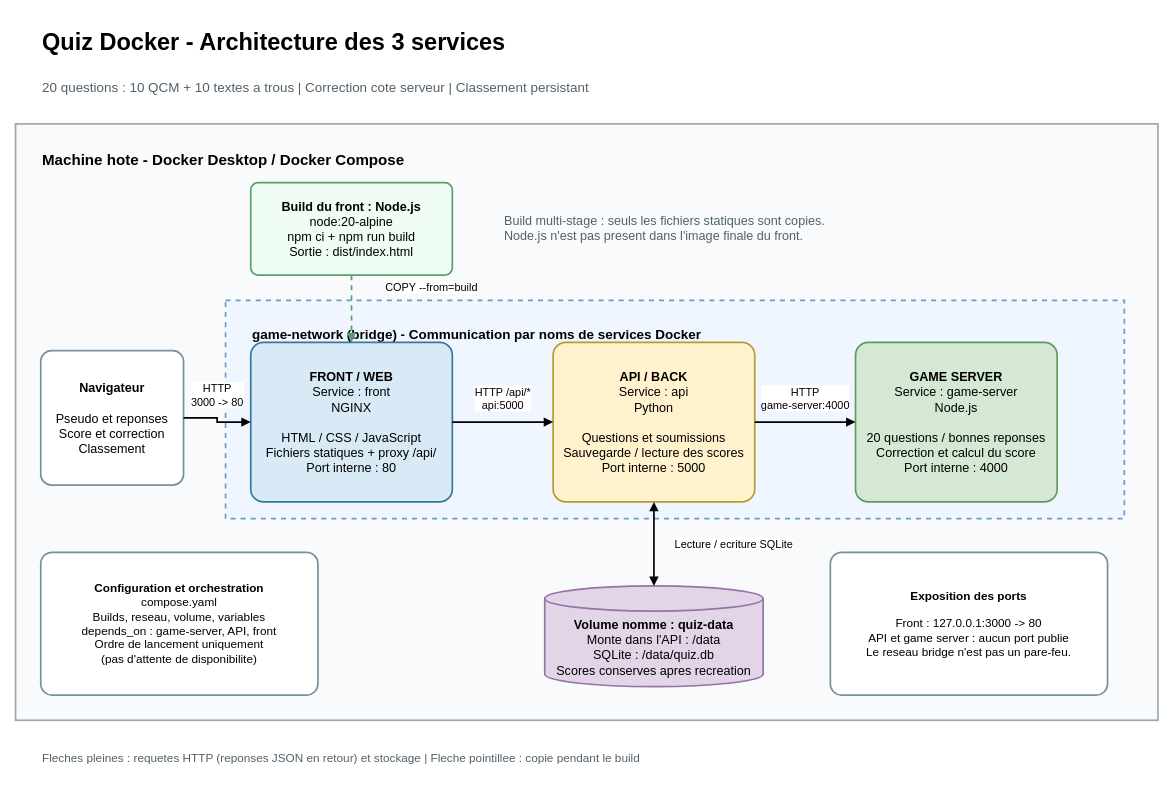
Above: page "Application" (1 of 2) of docs/architecture.drawio in Sweexou/Dev-Docker (draw.io), before the change. Source tidied: cells renumbered, new cells numbered last; positions are measured from the earlier drawing's top-left corner, leaving out a move shared by most shapes. Both pictures are drawn from the tidied source at 84%, with x=0, y=0 at pixel (15, 14).
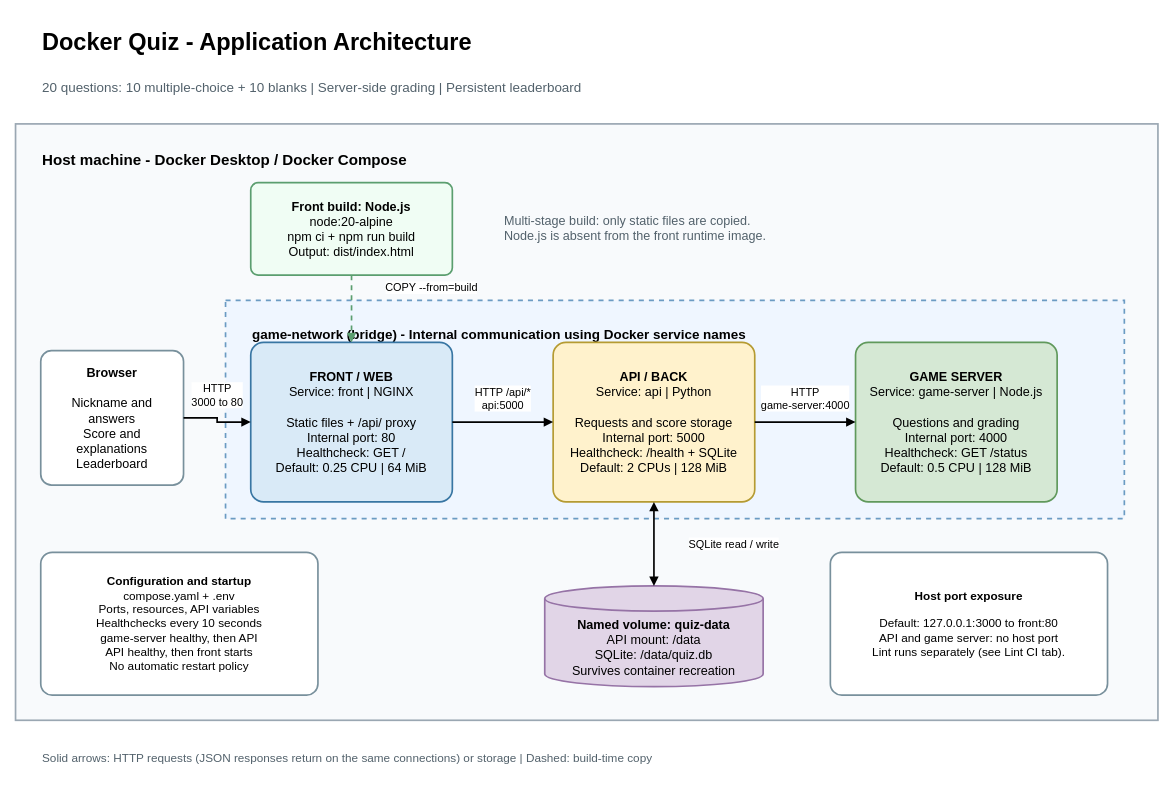
Above is the later version.

Commit message (it also covers changes not shown here):
feat add lint container and update architecture diagram

What changed in the source:
```diff
@@
-    <mxCell id="2" value="Quiz Docker - Architecture des 3 services" style="whiteSpace=wrap;html=1;strokeWidth=2;fontSize=15;spacing=12;text;align=left;fontSize=28;fontStyle=1;" parent="1" vertex="1">
+    <mxCell id="2" value="Docker Quiz - Application Architecture" style="whiteSpace=wrap;html=1;strokeWidth=2;fontSize=15;spacing=12;text;align=left;fontSize=28;fontStyle=1;" parent="1" vertex="1">
       <mxGeometry x="20" width="1300" height="50" as="geometry" />
     </mxCell>
-    <mxCell id="3" value="20 questions : 10 QCM + 10 textes a trous | Correction cote serveur | Classement persistant" style="whiteSpace=wrap;html=1;strokeWidth=2;fontSize=15;spacing=12;text;align=left;fontSize=16;fontColor=#52616B;" parent="1" vertex="1">
+    <mxCell id="3" value="20 questions: 10 multiple-choice + 10 blanks | Server-side grading | Persistent leaderboard" style="whiteSpace=wrap;html=1;strokeWidth=2;fontSize=15;spacing=12;text;align=left;fontSize=16;fontColor=#52616B;" parent="1" vertex="1">
       <mxGeometry x="20" y="60" width="1300" height="40" as="geometry" />
     </mxCell>
-    <mxCell id="4" value="Machine hote - Docker Desktop / Docker Compose" style="whiteSpace=wrap;html=1;strokeWidth=2;fontSize=15;spacing=12;fillColor=#F8FAFC;strokeColor=#9AA7B2;align=left;verticalAlign=top;spacingTop=16;spacingLeft=20;fontSize=18;fontStyle=1;" parent="1" vertex="1">
+    <mxCell id="4" value="Host machine - Docker Desktop / Docker Compose" style="whiteSpace=wrap;html=1;strokeWidth=2;fontSize=15;spacing=12;fillColor=#F8FAFC;strokeColor=#9AA7B2;align=left;verticalAlign=top;spacingTop=16;spacingLeft=20;fontSize=18;fontStyle=1;" parent="1" vertex="1">
       <mxGeometry y="130" width="1360" height="710" as="geometry" />
     </mxCell>
-    <mxCell id="5" value="game-network (bridge) - Communication par noms de services Docker" style="whiteSpace=wrap;html=1;strokeWidth=2;fontSize=15;spacing=12;fillColor=#EFF6FF;strokeColor=#6B9BC3;dashed=1;align=left;verticalAlign=top;spacingTop=15;spacingLeft=20;fontSize=16;fontStyle=1;" parent="1" vertex="1">
+    <mxCell id="5" value="game-network (bridge) - Internal communication using Docker service names" style="whiteSpace=wrap;html=1;strokeWidth=2;fontSize=15;spacing=12;fillColor=#EFF6FF;strokeColor=#6B9BC3;dashed=1;align=left;verticalAlign=top;spacingTop=15;spacingLeft=20;fontSize=16;fontStyle=1;" parent="1" vertex="1">
       <mxGeometry x="250" y="340" width="1070" height="260" as="geometry" />
     </mxCell>
-    <mxCell id="6" value="&lt;b&gt;Navigateur&lt;/b&gt;&lt;br&gt;&lt;br&gt;Pseudo et reponses&lt;br&gt;Score et correction&lt;br&gt;Classement" style="whiteSpace=wrap;html=1;strokeWidth=2;fontSize=15;spacing=12;rounded=1;arcSize=8;fillColor=#FFFFFF;strokeColor=#78909C;" parent="1" vertex="1">
+    <mxCell id="6" value="&lt;b&gt;Browser&lt;/b&gt;&lt;br&gt;&lt;br&gt;Nickname and answers&lt;br&gt;Score and explanations&lt;br&gt;Leaderboard" style="whiteSpace=wrap;html=1;strokeWidth=2;fontSize=15;spacing=12;rounded=1;arcSize=8;fillColor=#FFFFFF;strokeColor=#78909C;" parent="1" vertex="1">
       <mxGeometry x="30" y="400" width="170" height="160" as="geometry" />
     </mxCell>
-    <mxCell id="7" value="&lt;b&gt;Build du front : Node.js&lt;/b&gt;&lt;br&gt;node:20-alpine&lt;br&gt;npm ci + npm run build&lt;br&gt;Sortie : dist/index.html" style="whiteSpace=wrap;html=1;strokeWidth=2;fontSize=15;spacing=12;rounded=1;arcSize=8;fillColor=#F0FDF4;strokeColor=#5B9E6F;" parent="1" vertex="1">
+    <mxCell id="7" value="&lt;b&gt;Front build: Node.js&lt;/b&gt;&lt;br&gt;node:20-alpine&lt;br&gt;npm ci + npm run build&lt;br&gt;Output: dist/index.html" style="whiteSpace=wrap;html=1;strokeWidth=2;fontSize=15;spacing=12;rounded=1;arcSize=8;fillColor=#F0FDF4;strokeColor=#5B9E6F;" parent="1" vertex="1">
       <mxGeometry x="280" y="200" width="240" height="110" as="geometry" />
     </mxCell>
-    <mxCell id="8" value="Build multi-stage : seuls les fichiers statiques sont copies.&lt;br&gt;Node.js n'est pas present dans l'image finale du front." style="whiteSpace=wrap;html=1;strokeWidth=2;fontSize=15;spacing=12;text;align=left;fontColor=#52616B;" parent="1" vertex="1">
+    <mxCell id="8" value="Multi-stage build: only static files are copied.&lt;br&gt;Node.js is absent from the front runtime image." style="whiteSpace=wrap;html=1;strokeWidth=2;fontSize=15;spacing=12;text;align=left;fontColor=#52616B;" parent="1" vertex="1">
       <mxGeometry x="570" y="220" width="650" height="70" as="geometry" />
     </mxCell>
-    <mxCell id="9" value="&lt;b&gt;FRONT / WEB&lt;/b&gt;&lt;br&gt;Service : front&lt;br&gt;NGINX&lt;br&gt;&lt;br&gt;HTML / CSS / JavaScript&lt;br&gt;Fichiers statiques + proxy /api/&lt;br&gt;Port interne : 80" style="whiteSpace=wrap;html=1;strokeWidth=2;fontSize=15;spacing=12;rounded=1;arcSize=8;fillColor=#D9EAF7;strokeColor=#3876A3;" parent="1" vertex="1">
+    <mxCell id="9" value="&lt;b&gt;FRONT / WEB&lt;/b&gt;&lt;br&gt;Service: front | NGINX&lt;br&gt;&lt;br&gt;Static files + /api/ proxy&lt;br&gt;Internal port: 80&lt;br&gt;Healthcheck: GET /&lt;br&gt;Default: 0.25 CPU | 64 MiB" style="whiteSpace=wrap;html=1;strokeWidth=2;fontSize=15;spacing=12;rounded=1;arcSize=8;fillColor=#D9EAF7;strokeColor=#3876A3;" parent="1" vertex="1">
       <mxGeometry x="280" y="390" width="240" height="190" as="geometry" />
     </mxCell>
-    <mxCell id="10" value="&lt;b&gt;API / BACK&lt;/b&gt;&lt;br&gt;Service : api&lt;br&gt;Python&lt;br&gt;&lt;br&gt;Questions et soumissions&lt;br&gt;Sauvegarde / lecture des scores&lt;br&gt;Port interne : 5000" style="whiteSpace=wrap;html=1;strokeWidth=2;fontSize=15;spacing=12;rounded=1;arcSize=8;fillColor=#FFF2CC;strokeColor=#B59B32;" parent="1" vertex="1">
+    <mxCell id="10" value="&lt;b&gt;API / BACK&lt;/b&gt;&lt;br&gt;Service: api | Python&lt;br&gt;&lt;br&gt;Requests and score storage&lt;br&gt;Internal port: 5000&lt;br&gt;Healthcheck: /health + SQLite&lt;br&gt;Default: 2 CPUs | 128 MiB" style="whiteSpace=wrap;html=1;strokeWidth=2;fontSize=15;spacing=12;rounded=1;arcSize=8;fillColor=#FFF2CC;strokeColor=#B59B32;" parent="1" vertex="1">
       <mxGeometry x="640" y="390" width="240" height="190" as="geometry" />
     </mxCell>
-    <mxCell id="11" value="&lt;b&gt;GAME SERVER&lt;/b&gt;&lt;br&gt;Service : game-server&lt;br&gt;Node.js&lt;br&gt;&lt;br&gt;20 questions / bonnes reponses&lt;br&gt;Correction et calcul du score&lt;br&gt;Port interne : 4000" style="whiteSpace=wrap;html=1;strokeWidth=2;fontSize=15;spacing=12;rounded=1;arcSize=8;fillColor=#D5E8D4;strokeColor=#60995C;" parent="1" vertex="1">
+    <mxCell id="11" value="&lt;b&gt;GAME SERVER&lt;/b&gt;&lt;br&gt;Service: game-server | Node.js&lt;br&gt;&lt;br&gt;Questions and grading&lt;br&gt;Internal port: 4000&lt;br&gt;Healthcheck: GET /status&lt;br&gt;Default: 0.5 CPU | 128 MiB" style="whiteSpace=wrap;html=1;strokeWidth=2;fontSize=15;spacing=12;rounded=1;arcSize=8;fillColor=#D5E8D4;strokeColor=#60995C;" parent="1" vertex="1">
       <mxGeometry x="1000" y="390" width="240" height="190" as="geometry" />
     </mxCell>
-    <mxCell id="12" value="&lt;b&gt;Volume nomme : quiz-data&lt;/b&gt;&lt;br&gt;Monte dans l'API : /data&lt;br&gt;SQLite : /data/quiz.db&lt;br&gt;Scores conserves apres recreation" style="whiteSpace=wrap;html=1;strokeWidth=2;fontSize=15;spacing=12;shape=cylinder3;boundedLbl=1;backgroundOutline=1;size=15;fillColor=#E1D5E7;strokeColor=#9673A6;" parent="1" vertex="1">
+    <mxCell id="12" value="&lt;b&gt;Named volume: quiz-data&lt;/b&gt;&lt;br&gt;API mount: /data&lt;br&gt;SQLite: /data/quiz.db&lt;br&gt;Survives container recreation" style="whiteSpace=wrap;html=1;strokeWidth=2;fontSize=15;spacing=12;shape=cylinder3;boundedLbl=1;backgroundOutline=1;size=15;fillColor=#E1D5E7;strokeColor=#9673A6;" parent="1" vertex="1">
       <mxGeometry x="630" y="680" width="260" height="120" as="geometry" />
     </mxCell>
-    <mxCell id="13" value="&lt;b&gt;Configuration et orchestration&lt;/b&gt;&lt;br&gt;compose.yaml&lt;br&gt;Builds, reseau, volume, variables&lt;br&gt;depends_on : game-server, API, front&lt;br&gt;Ordre de lancement uniquement&lt;br&gt;(pas d'attente de disponibilite)" style="whiteSpace=wrap;html=1;strokeWidth=2;fontSize=15;spacing=12;rounded=1;arcSize=8;fillColor=#FFFFFF;strokeColor=#78909C;fontSize=14;" parent="1" vertex="1">
+    <mxCell id="13" value="&lt;b&gt;Configuration and startup&lt;/b&gt;&lt;br&gt;compose.yaml + .env&lt;br&gt;Ports, resources, API variables&lt;br&gt;Healthchecks every 10 seconds&lt;br&gt;game-server healthy, then API&lt;br&gt;API healthy, then front starts&lt;br&gt;No automatic restart policy" style="whiteSpace=wrap;html=1;strokeWidth=2;fontSize=15;spacing=12;rounded=1;arcSize=8;fillColor=#FFFFFF;strokeColor=#78909C;fontSize=14;" parent="1" vertex="1">
       <mxGeometry x="30" y="640" width="330" height="170" as="geometry" />
     </mxCell>
-    <mxCell id="14" value="&lt;b&gt;Exposition des ports&lt;/b&gt;&lt;br&gt;&lt;br&gt;Front : 127.0.0.1:3000 -&amp;gt; 80&lt;br&gt;API et game server : aucun port publie&lt;br&gt;Le reseau bridge n'est pas un pare-feu." style="whiteSpace=wrap;html=1;strokeWidth=2;fontSize=15;spacing=12;rounded=1;arcSize=8;fillColor=#FFFFFF;strokeColor=#78909C;fontSize=14;" parent="1" vertex="1">
+    <mxCell id="14" value="&lt;b&gt;Host port exposure&lt;/b&gt;&lt;br&gt;&lt;br&gt;Default: 127.0.0.1:3000 to front:80&lt;br&gt;API and game server: no host port&lt;br&gt;Lint runs separately (see Lint CI tab)." style="whiteSpace=wrap;html=1;strokeWidth=2;fontSize=15;spacing=12;rounded=1;arcSize=8;fillColor=#FFFFFF;strokeColor=#78909C;fontSize=14;" parent="1" vertex="1">
       <mxGeometry x="970" y="640" width="330" height="170" as="geometry" />
     </mxCell>
-    <mxCell id="15" value="Fleches pleines : requetes HTTP (reponses JSON en retour) et stockage | Fleche pointillee : copie pendant le build" style="whiteSpace=wrap;html=1;strokeWidth=2;fontSize=15;spacing=12;text;align=left;fontSize=14;fontColor=#52616B;" parent="1" vertex="1">
+    <mxCell id="15" value="Solid arrows: HTTP requests (JSON responses return on the same connections) or storage | Dashed: build-time copy" style="whiteSpace=wrap;html=1;strokeWidth=2;fontSize=15;spacing=12;text;align=left;fontSize=14;fontColor=#52616B;" parent="1" vertex="1">
       <mxGeometry x="20" y="860" width="1300" height="40" as="geometry" />
     </mxCell>
-    <mxCell id="16" value="HTTP&lt;br&gt;3000 -&amp;gt; 80" style="edgeStyle=orthogonalEdgeStyle;rounded=0;html=1;endArrow=block;endFill=1;strokeWidth=2;fontSize=13;labelBackgroundColor=#FFFFFF;exitX=1;exitY=0.5;entryX=0;entryY=0.5;" parent="1" edge="1" source="6" target="9">
+    <mxCell id="16" value="HTTP&lt;br&gt;3000 to 80" style="edgeStyle=orthogonalEdgeStyle;rounded=0;html=1;endArrow=block;endFill=1;strokeWidth=2;fontSize=13;labelBackgroundColor=#FFFFFF;exitX=1;exitY=0.5;entryX=0;entryY=0.5;" parent="1" edge="1" source="6" target="9">
       <mxGeometry relative="1" as="geometry">
         <mxPoint y="-30" as="offset" />
       </mxGeometry>
     </mxCell>
@@
-    <mxCell id="19" value="Lecture / ecriture SQLite" style="edgeStyle=orthogonalEdgeStyle;rounded=0;html=1;endArrow=block;endFill=1;strokeWidth=2;fontSize=13;labelBackgroundColor=#FFFFFF;startArrow=block;startFill=1;exitX=0.5;exitY=1;entryX=0.5;entryY=0;" parent="1" edge="1" source="10" target="12">
+    <mxCell id="19" value="SQLite read / write" style="edgeStyle=orthogonalEdgeStyle;rounded=0;html=1;endArrow=block;endFill=1;strokeWidth=2;fontSize=13;labelBackgroundColor=#FFFFFF;startArrow=block;startFill=1;exitX=0.5;exitY=1;entryX=0.5;entryY=0;" parent="1" edge="1" source="10" target="12">
       <mxGeometry relative="1" as="geometry">
         <mxPoint x="95" as="offset" />
       </mxGeometry>
     </mxCell>
```
